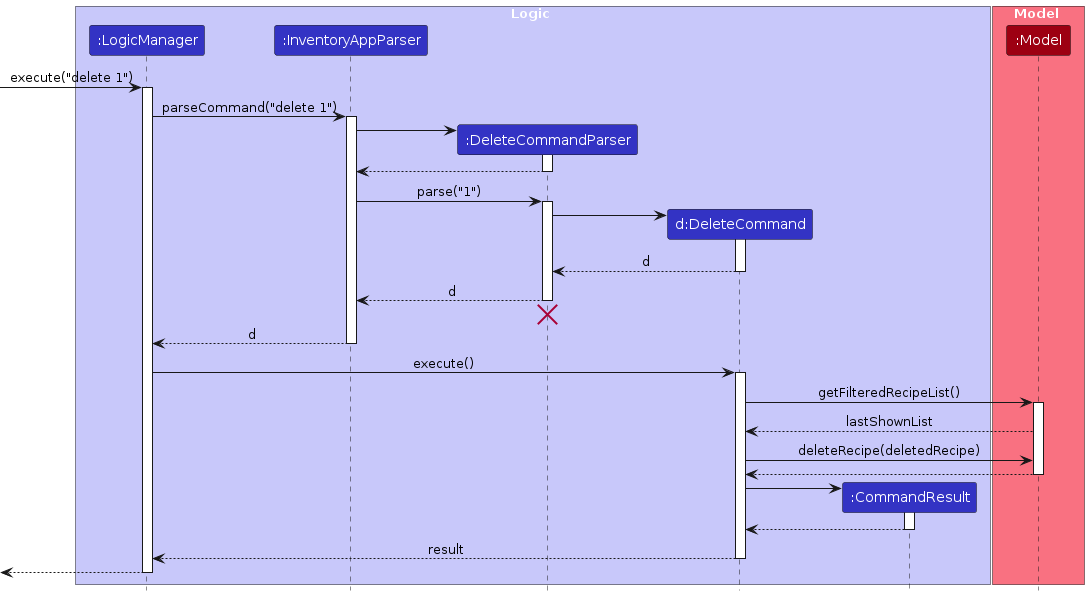
Above: diagrams/DeleteSequenceDiagram.png in prawnzyy/tp (PlantUML), before the change. Its source is kept beside it as diagrams/DeleteSequenceDiagram.puml.
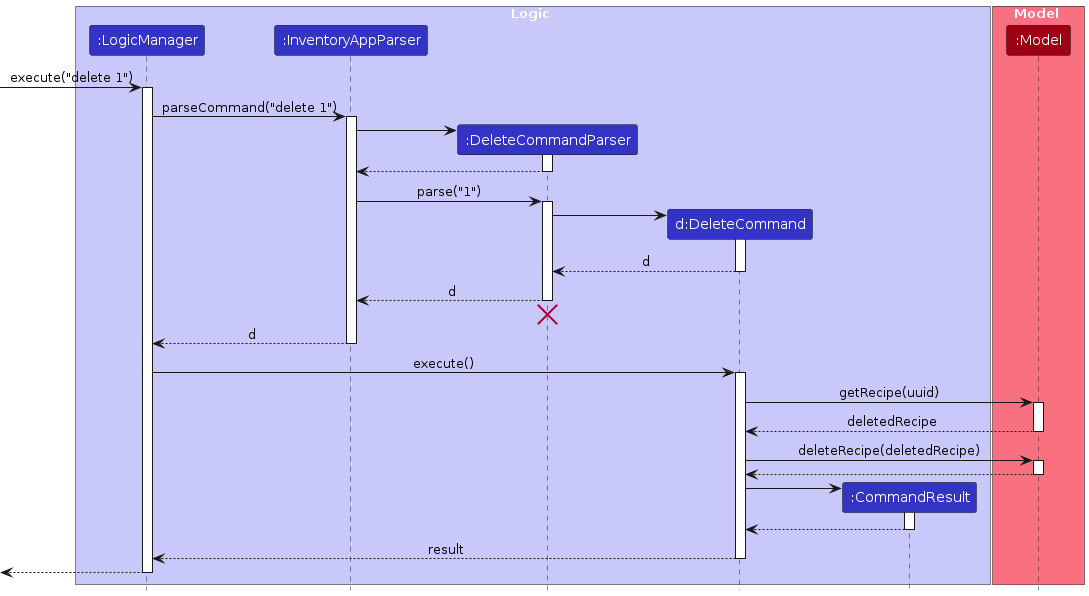
The same diagram one commit later.

The edit, as a diff of the source:
```diff
@@ -48,13 +48,16 @@
 LogicManager -> DeleteCommand : execute()
 activate DeleteCommand
 
-DeleteCommand -> Model : getFilteredRecipeList()
+
+DeleteCommand -> Model : getRecipe(uuid)
 activate Model
 
-Model --> DeleteCommand : lastShownList
+Model --> DeleteCommand : deletedRecipe
+deactivate Model
+
 
 DeleteCommand -> Model : deleteRecipe(deletedRecipe)
-
+activate Model
 
 Model --> DeleteCommand
 deactivate Model
```
